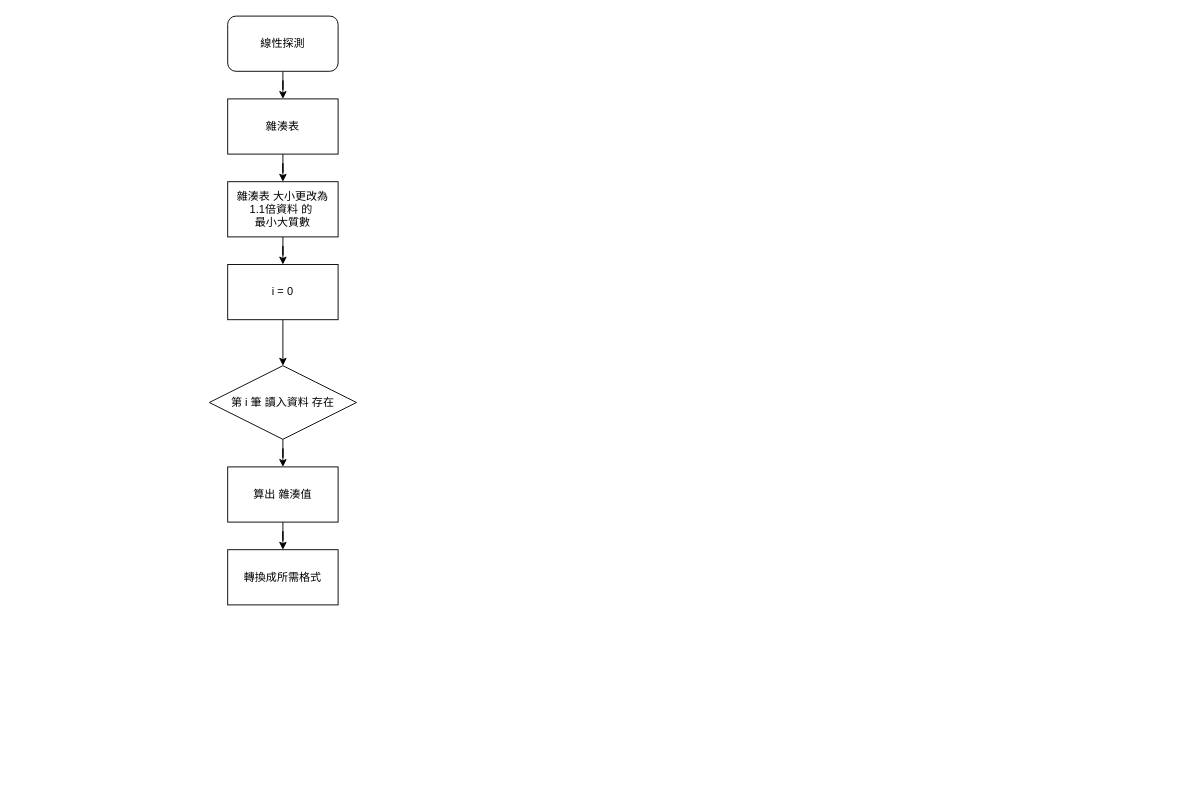
This is Ds2ex03.drawio from PingKP/DataStructure, a draw.io file, before an edit. Source tidied: cells renumbered, new cells numbered last; positions are measured from the earlier drawing's top-left corner, leaving out a move shared by most shapes. Both pictures are drawn from the tidied source at 92%, with x=0, y=0 at pixel (209, 16).
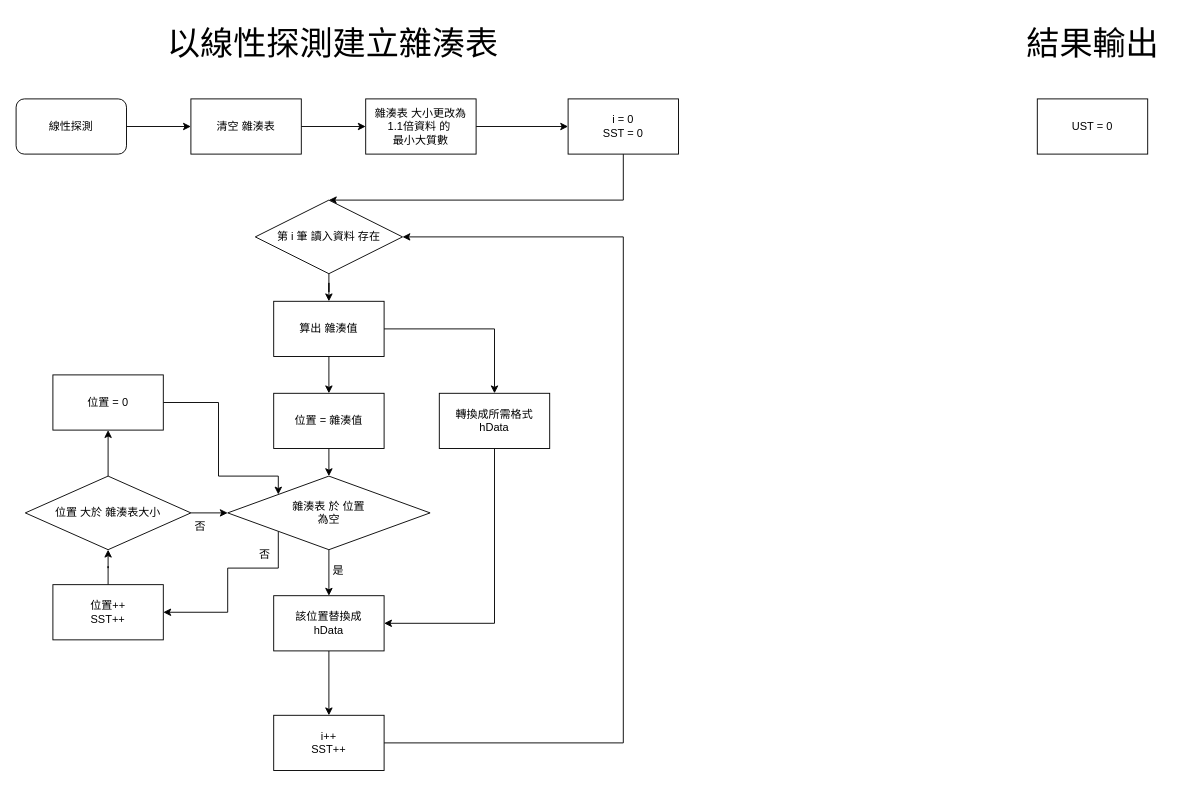
Above is the later version.

The edit, as a diff of the source:
```diff
@@
     <mxCell id="3" value="線性探測" style="rounded=1;whiteSpace=wrap;html=1;" parent="1" vertex="1">
-      <mxGeometry x="20" width="120" height="60" as="geometry" />
+      <mxGeometry x="-210" y="90" width="120" height="60" as="geometry" />
     </mxCell>
@@
-    <mxCell id="5" value="雜湊表" style="rounded=0;whiteSpace=wrap;html=1;" parent="1" vertex="1">
-      <mxGeometry x="20" y="90" width="120" height="60" as="geometry" />
+    <mxCell id="5" value="清空 雜湊表" style="rounded=0;whiteSpace=wrap;html=1;" parent="1" vertex="1">
+      <mxGeometry x="-20" y="90" width="120" height="60" as="geometry" />
     </mxCell>
@@
     <mxCell id="7" value="雜湊表 大小更改為&lt;div&gt;1.1倍資料 的&amp;nbsp;&lt;/div&gt;&lt;div&gt;最小大質數&lt;/div&gt;" style="rounded=0;whiteSpace=wrap;html=1;" parent="1" vertex="1">
-      <mxGeometry x="20" y="180" width="120" height="60" as="geometry" />
+      <mxGeometry x="170" y="90" width="120" height="60" as="geometry" />
     </mxCell>
     <mxCell id="8" style="edgeStyle=orthogonalEdgeStyle;rounded=0;jettySize=auto;html=1;" parent="1" edge="1" source="9" target="11">
-      <mxGeometry relative="1" as="geometry" />
+      <mxGeometry relative="1" as="geometry">
+        <Array as="points">
+          <mxPoint x="450" y="200" />
+        </Array>
+      </mxGeometry>
     </mxCell>
-    <mxCell id="9" value="i = 0" style="rounded=0;whiteSpace=wrap;html=1;" parent="1" vertex="1">
-      <mxGeometry x="20" y="270" width="120" height="60" as="geometry" />
+    <mxCell id="9" value="i = 0&lt;div&gt;SST = 0&lt;/div&gt;" style="rounded=0;whiteSpace=wrap;html=1;" parent="1" vertex="1">
+      <mxGeometry x="390" y="90" width="120" height="60" as="geometry" />
     </mxCell>
@@
     <mxCell id="11" value="第 i 筆 讀入資料 存在" style="rhombus;whiteSpace=wrap;html=1;" parent="1" vertex="1">
-      <mxGeometry y="380" width="160" height="80" as="geometry" />
+      <mxGeometry x="50" y="200" width="160" height="80" as="geometry" />
     </mxCell>
+    <mxCell id="15" style="edgeStyle=orthogonalEdgeStyle;rounded=0;jettySize=auto;html=1;exitX=0.5;exitY=1;exitDx=0;exitDy=0;entryX=1;entryY=0.5;entryDx=0;entryDy=0;" parent="1" edge="1" source="12" target="21">
+      <mxGeometry relative="1" as="geometry" />
+    </mxCell>
-    <mxCell id="12" value="轉換成所需格式" style="whiteSpace=wrap;html=1;" parent="1" vertex="1">
-      <mxGeometry x="20" y="580" width="120" height="60" as="geometry" />
+    <mxCell id="12" value="轉換成所需格式&lt;div&gt;hData&lt;/div&gt;" style="whiteSpace=wrap;html=1;" parent="1" vertex="1">
+      <mxGeometry x="250" y="410" width="120" height="60" as="geometry" />
     </mxCell>
+    <mxCell id="16" style="edgeStyle=orthogonalEdgeStyle;rounded=0;jettySize=auto;html=1;" parent="1" edge="1" source="14" target="28">
+      <mxGeometry relative="1" as="geometry" />
+    </mxCell>
-    <mxCell id="13" style="edgeStyle=orthogonalEdgeStyle;rounded=0;jettySize=auto;html=1;" parent="1" edge="1" source="14" target="12">
+    <mxCell id="13" style="edgeStyle=orthogonalEdgeStyle;rounded=0;jettySize=auto;html=1;exitX=1;exitY=0.5;exitDx=0;exitDy=0;" parent="1" edge="1" source="14" target="12">
       <mxGeometry relative="1" as="geometry" />
     </mxCell>
     <mxCell id="14" value="算出 雜湊值" style="whiteSpace=wrap;html=1;" parent="1" vertex="1">
-      <mxGeometry x="20" y="490" width="120" height="60" as="geometry" />
+      <mxGeometry x="70" y="310" width="120" height="60" as="geometry" />
     </mxCell>
+    <mxCell id="17" style="edgeStyle=orthogonalEdgeStyle;rounded=0;jettySize=auto;html=1;" parent="1" edge="1" source="19" target="21">
+      <mxGeometry relative="1" as="geometry" />
+    </mxCell>
+    <mxCell id="18" style="edgeStyle=orthogonalEdgeStyle;rounded=0;jettySize=auto;html=1;entryX=1;entryY=0.5;entryDx=0;entryDy=0;exitX=0;exitY=1;exitDx=0;exitDy=0;" parent="1" edge="1" source="19" target="26">
+      <mxGeometry relative="1" as="geometry">
+        <Array as="points">
+          <mxPoint x="75" y="600" />
+          <mxPoint x="20" y="600" />
+          <mxPoint x="20" y="648" />
+        </Array>
+      </mxGeometry>
+    </mxCell>
+    <mxCell id="19" value="雜湊表 於 位置&lt;div&gt;為空&lt;/div&gt;" style="rhombus;whiteSpace=wrap;html=1;" parent="1" vertex="1">
+      <mxGeometry x="20" y="500" width="220" height="80" as="geometry" />
+    </mxCell>
+    <mxCell id="20" style="edgeStyle=orthogonalEdgeStyle;rounded=0;jettySize=auto;html=1;exitX=0.5;exitY=1;exitDx=0;exitDy=0;" parent="1" edge="1" source="21" target="23">
+      <mxGeometry relative="1" as="geometry" />
+    </mxCell>
+    <mxCell id="21" value="該位置替換成&lt;div&gt;hData&lt;/div&gt;" style="whiteSpace=wrap;html=1;" parent="1" vertex="1">
+      <mxGeometry x="70" y="630" width="120" height="60" as="geometry" />
+    </mxCell>
+    <mxCell id="22" style="edgeStyle=orthogonalEdgeStyle;rounded=0;jettySize=auto;html=1;exitX=1;exitY=0.5;exitDx=0;exitDy=0;entryX=1;entryY=0.5;entryDx=0;entryDy=0;" parent="1" edge="1" source="23" target="11">
+      <mxGeometry relative="1" as="geometry">
+        <Array as="points">
+          <mxPoint x="450" y="790" />
+          <mxPoint x="450" y="240" />
+        </Array>
+      </mxGeometry>
+    </mxCell>
+    <mxCell id="23" value="i++&lt;div&gt;SST++&lt;/div&gt;" style="rounded=0;whiteSpace=wrap;html=1;" parent="1" vertex="1">
+      <mxGeometry x="70" y="760" width="120" height="60" as="geometry" />
+    </mxCell>
+    <mxCell id="24" value="是" style="text;html=1;align=center;verticalAlign=middle;strokeColor=none;fillColor=none;" parent="1" vertex="1">
+      <mxGeometry x="120" y="588" width="40" height="30" as="geometry" />
+    </mxCell>
+    <mxCell id="25" style="edgeStyle=orthogonalEdgeStyle;rounded=0;jettySize=auto;html=1;" parent="1" edge="1" source="26" target="32">
+      <mxGeometry relative="1" as="geometry" />
+    </mxCell>
+    <mxCell id="26" value="&lt;div&gt;位置++&lt;/div&gt;&lt;div&gt;SST++&lt;/div&gt;" style="rounded=0;whiteSpace=wrap;html=1;" parent="1" vertex="1">
+      <mxGeometry x="-170" y="618" width="120" height="60" as="geometry" />
+    </mxCell>
+    <mxCell id="27" style="edgeStyle=orthogonalEdgeStyle;rounded=0;jettySize=auto;html=1;exitX=0.5;exitY=1;exitDx=0;exitDy=0;entryX=0.5;entryY=0;entryDx=0;entryDy=0;" parent="1" edge="1" source="28" target="19">
+      <mxGeometry relative="1" as="geometry" />
+    </mxCell>
+    <mxCell id="28" value="位置 = 雜湊值" style="whiteSpace=wrap;html=1;" parent="1" vertex="1">
+      <mxGeometry x="70" y="410" width="120" height="60" as="geometry" />
+    </mxCell>
+    <mxCell id="29" value="否" style="text;html=1;align=center;verticalAlign=middle;strokeColor=none;fillColor=none;" parent="1" vertex="1">
+      <mxGeometry x="40" y="570" width="40" height="30" as="geometry" />
+    </mxCell>
+    <mxCell id="30" style="edgeStyle=orthogonalEdgeStyle;rounded=0;jettySize=auto;html=1;" parent="1" edge="1" source="32" target="35">
+      <mxGeometry relative="1" as="geometry" />
+    </mxCell>
+    <mxCell id="31" style="edgeStyle=orthogonalEdgeStyle;rounded=0;jettySize=auto;html=1;exitX=1;exitY=0.5;exitDx=0;exitDy=0;entryX=0;entryY=0.5;entryDx=0;entryDy=0;" parent="1" edge="1" source="32" target="19">
+      <mxGeometry relative="1" as="geometry" />
+    </mxCell>
+    <mxCell id="32" value="位置 大於 雜湊表大小" style="rhombus;whiteSpace=wrap;html=1;" parent="1" vertex="1">
+      <mxGeometry x="-200" y="500" width="180" height="80" as="geometry" />
+    </mxCell>
+    <mxCell id="33" value="否" style="text;html=1;align=center;verticalAlign=middle;strokeColor=none;fillColor=none;" parent="1" vertex="1">
+      <mxGeometry x="-30" y="540" width="40" height="30" as="geometry" />
+    </mxCell>
+    <mxCell id="34" style="edgeStyle=orthogonalEdgeStyle;rounded=0;jettySize=auto;html=1;exitX=1;exitY=0.5;exitDx=0;exitDy=0;entryX=0;entryY=0;entryDx=0;entryDy=0;" parent="1" edge="1" source="35" target="19">
+      <mxGeometry relative="1" as="geometry">
+        <Array as="points">
+          <mxPoint x="10" y="420" />
+          <mxPoint x="10" y="500" />
+          <mxPoint x="75" y="500" />
+        </Array>
+      </mxGeometry>
+    </mxCell>
+    <mxCell id="35" value="位置 = 0" style="whiteSpace=wrap;html=1;" parent="1" vertex="1">
+      <mxGeometry x="-170" y="390" width="120" height="60" as="geometry" />
+    </mxCell>
+    <mxCell id="36" value="&lt;font style=&quot;font-size: 36px;&quot;&gt;以線性探測建立雜湊表&lt;/font&gt;" style="text;html=1;align=center;verticalAlign=middle;strokeColor=none;fillColor=none;" parent="1" vertex="1">
+      <mxGeometry x="-56" width="380" height="60" as="geometry" />
+    </mxCell>
+    <mxCell id="37" value="&lt;font style=&quot;font-size: 36px;&quot;&gt;結果輸出&lt;/font&gt;" style="text;html=1;align=center;verticalAlign=middle;strokeColor=none;fillColor=none;" parent="1" vertex="1">
+      <mxGeometry x="875" width="170" height="60" as="geometry" />
+    </mxCell>
+    <mxCell id="38" value="UST = 0" style="rounded=0;whiteSpace=wrap;html=1;" parent="1" vertex="1">
+      <mxGeometry x="900" y="90" width="120" height="60" as="geometry" />
+    </mxCell>
```
